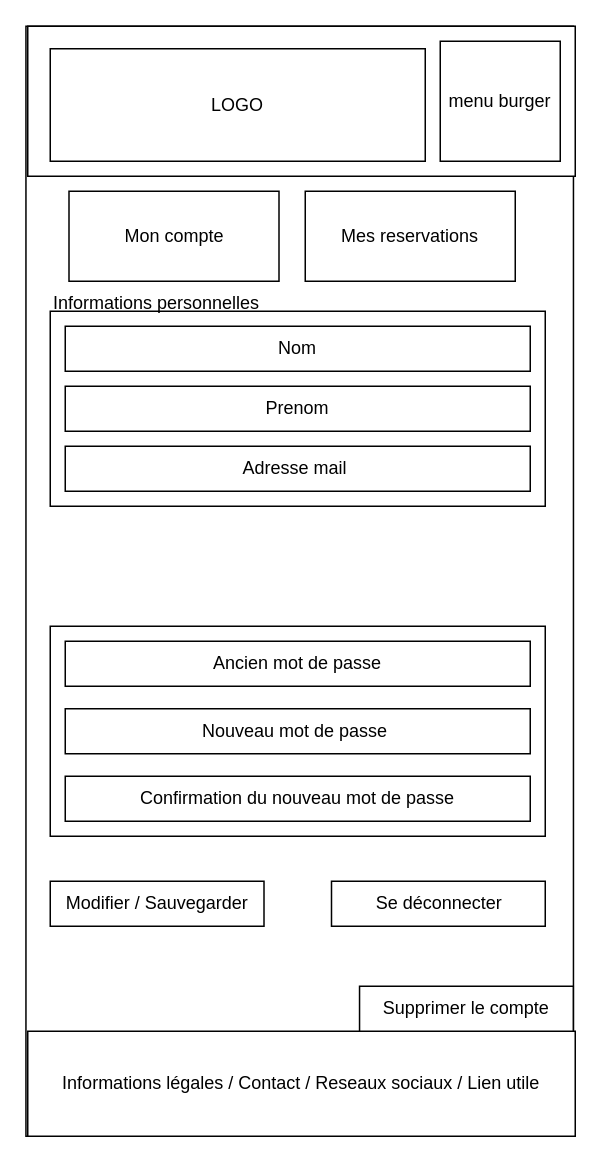
Before: page "Mon compte" (4 of 9) of docs/wireframe_mobile.drawio in SeguierJonathan/ZombieLand, a draw.io diagram. Source tidied: cells renumbered, new cells numbered last; positions are measured from the earlier drawing's top-left corner, leaving out a move shared by most shapes. Both pictures are drawn from the tidied source at 150%, with x=0, y=0 at pixel (26, 26).
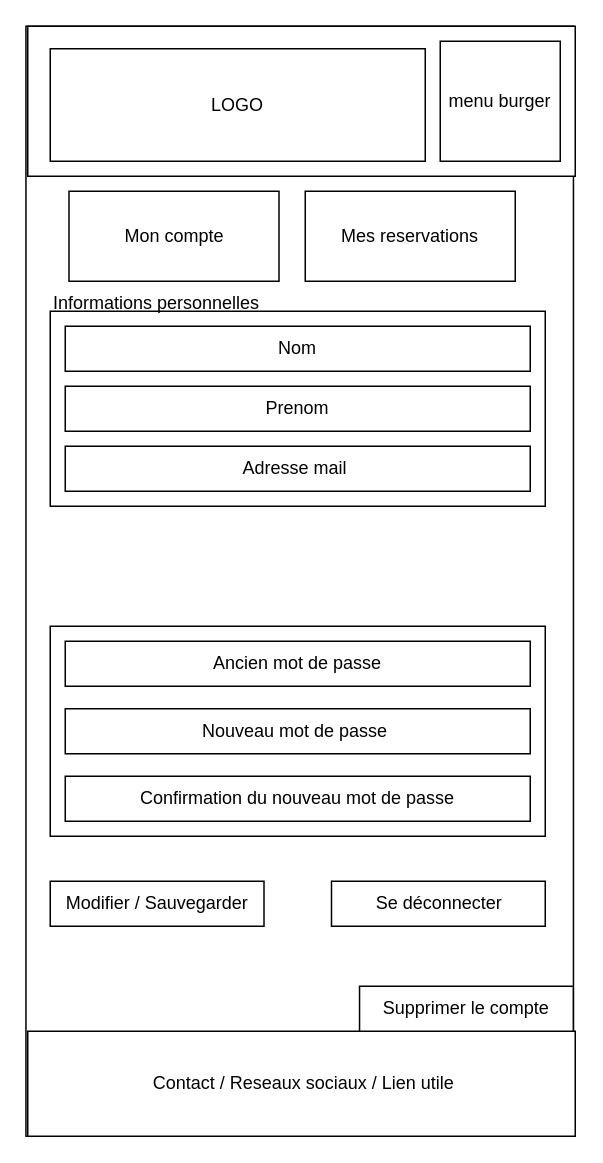
Above is the later version.

What changed in the source:
```diff
@@
-    <mxCell id="5" value="Informations légales / Contact / Reseaux sociaux / Lien utile" style="rounded=0;whiteSpace=wrap;html=1;" parent="1" vertex="1">
+    <mxCell id="5" value="&amp;nbsp;Contact / Reseaux sociaux / Lien utile" style="rounded=0;whiteSpace=wrap;html=1;" parent="1" vertex="1">
       <mxGeometry x="1" y="670" width="365" height="70" as="geometry" />
     </mxCell>
```
